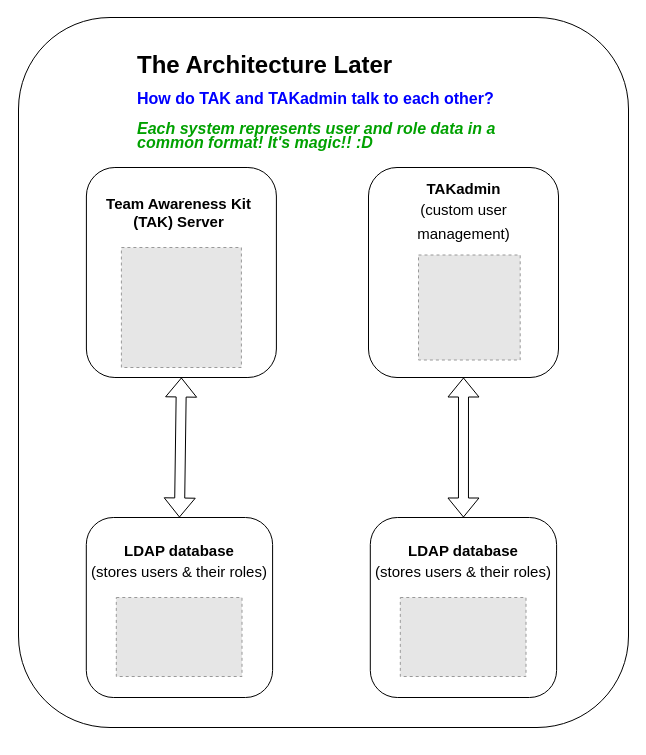
This is TAK-architecture-overview-ASCUE.drawio from haasr/ia-diagrams, a draw.io file, before an edit. Source tidied: cells renumbered, new cells numbered last; positions are measured from the earlier drawing's top-left corner, leaving out a move shared by most shapes. Both pictures are drawn from the tidied source at 100%, with x=0, y=0 at pixel (18, 17). Pictures stored in the file or linked from it are replaced by grey dashed boxes.
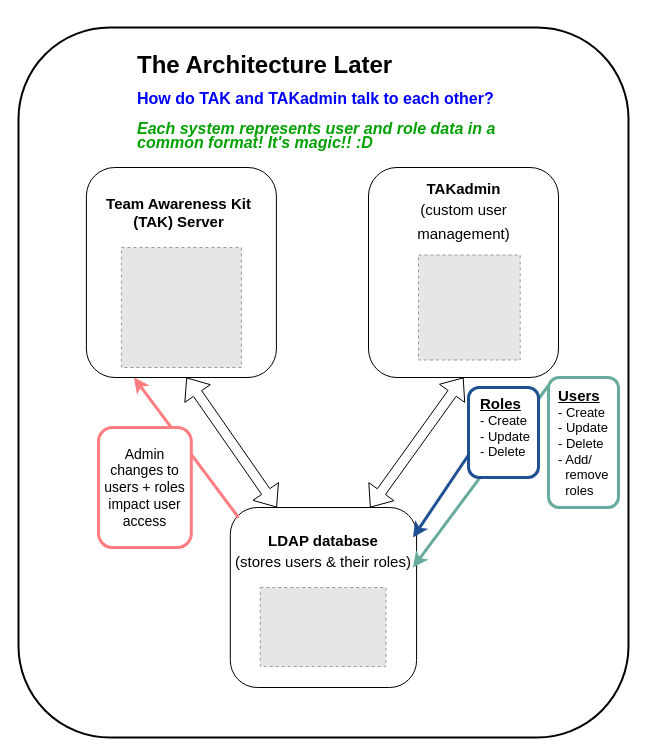
The same diagram, later.

Unchanged cells that the change refers to:
```xml
<mxCell id="3" style="rounded=1;whiteSpace=wrap;html=1;" parent="1" vertex="1">
  <mxGeometry x="67.9" y="150" width="190" height="210" as="geometry" />
</mxCell>
<mxCell id="6" style="rounded=1;whiteSpace=wrap;html=1;" parent="1" vertex="1">
  <mxGeometry x="350" y="150" width="190" height="210" as="geometry" />
</mxCell>
```

Change to the diagram source:
```diff
@@
-    <mxCell id="2" style="rounded=1;whiteSpace=wrap;html=1;" parent="1" vertex="1">
-      <mxGeometry width="610" height="710" as="geometry" />
+    <mxCell id="2" style="rounded=1;whiteSpace=wrap;html=1;strokeWidth=2;" parent="1" vertex="1">
+      <mxGeometry y="10" width="610" height="710" as="geometry" />
     </mxCell>
@@
     <mxCell id="9" style="rounded=1;whiteSpace=wrap;html=1;" parent="1" vertex="1">
-      <mxGeometry x="67.8" y="500" width="186.3" height="180" as="geometry" />
+      <mxGeometry x="211.8" y="490" width="186.3" height="180" as="geometry" />
     </mxCell>
     <mxCell id="10" style="fillColor=#E6E6E6;strokeColor=#999999;dashed=1;verticalLabelPosition=bottom;labelBackgroundColor=default;verticalAlign=top;" parent="1" vertex="1">
-      <mxGeometry x="97.8" y="580" width="125.7" height="79" as="geometry" />
+      <mxGeometry x="241.8" y="570" width="125.7" height="79" as="geometry" />
     </mxCell>
     <mxCell id="11" value="&lt;font style=&quot;font-size: 15px;&quot;&gt;&lt;b&gt;LDAP database&lt;/b&gt;&lt;/font&gt;&lt;div style=&quot;font-size: 15px; line-height: 160%;&quot;&gt;(stores users &amp;amp; their roles)&lt;/div&gt;" style="text;html=1;align=center;verticalAlign=middle;whiteSpace=wrap;rounded=0;" parent="1" vertex="1">
-      <mxGeometry x="70.8" y="530" width="179.7" height="30" as="geometry" />
+      <mxGeometry x="214.8" y="520" width="179.7" height="30" as="geometry" />
     </mxCell>
-    <mxCell id="12" style="rounded=1;whiteSpace=wrap;html=1;" parent="1" vertex="1">
-      <mxGeometry x="351.8" y="500" width="186.3" height="180" as="geometry" />
-    </mxCell>
-    <mxCell id="13" style="fillColor=#E6E6E6;strokeColor=#999999;dashed=1;verticalLabelPosition=bottom;labelBackgroundColor=default;verticalAlign=top;" parent="1" vertex="1">
-      <mxGeometry x="381.8" y="580" width="125.7" height="79" as="geometry" />
-    </mxCell>
-    <mxCell id="14" value="&lt;font style=&quot;font-size: 15px;&quot;&gt;&lt;b&gt;LDAP database&lt;/b&gt;&lt;/font&gt;&lt;div style=&quot;font-size: 15px; line-height: 160%;&quot;&gt;(stores users &amp;amp; their roles)&lt;/div&gt;" style="text;html=1;align=center;verticalAlign=middle;whiteSpace=wrap;rounded=0;" parent="1" vertex="1">
-      <mxGeometry x="354.8" y="530" width="179.7" height="30" as="geometry" />
-    </mxCell>
-    <mxCell id="15" style="shape=flexArrow;endArrow=classic;startArrow=classic;html=1;rounded=0;entryX=0.5;entryY=1;entryDx=0;entryDy=0;exitX=0.5;exitY=0;exitDx=0;exitDy=0;" parent="1" edge="1" source="9" target="3">
-      <mxGeometry relative="1" as="geometry" />
-    </mxCell>
-    <mxCell id="16" style="shape=flexArrow;endArrow=classic;startArrow=classic;html=1;rounded=0;exitX=0.5;exitY=0;exitDx=0;exitDy=0;entryX=0.5;entryY=1;entryDx=0;entryDy=0;" parent="1" edge="1" source="12" target="6">
-      <mxGeometry relative="1" as="geometry" />
-    </mxCell>
@@
+    <mxCell id="18" style="shape=flexArrow;endArrow=classic;startArrow=classic;html=1;rounded=0;exitX=0.25;exitY=0;exitDx=0;exitDy=0;" parent="1" edge="1" source="9">
+      <mxGeometry relative="1" as="geometry">
+        <mxPoint x="167.9" y="360" as="targetPoint" />
+      </mxGeometry>
+    </mxCell>
+    <mxCell id="19" style="shape=flexArrow;endArrow=classic;startArrow=classic;html=1;rounded=0;entryX=0.5;entryY=1;entryDx=0;entryDy=0;exitX=0.75;exitY=0;exitDx=0;exitDy=0;" parent="1" edge="1" source="9" target="6">
+      <mxGeometry relative="1" as="geometry" />
+    </mxCell>
+    <mxCell id="20" style="endArrow=classic;html=1;rounded=0;entryX=1;entryY=1;entryDx=0;entryDy=0;exitX=0;exitY=0.75;exitDx=0;exitDy=0;strokeColor=#67AB9F;strokeWidth=3;" parent="1" edge="1" target="11">
+      <mxGeometry relative="1" as="geometry">
+        <mxPoint x="530" y="368" as="sourcePoint" />
+      </mxGeometry>
+    </mxCell>
+    <mxCell id="21" style="rounded=1;whiteSpace=wrap;html=1;strokeColor=#1E5092;strokeWidth=3;" parent="1" vertex="1">
+      <mxGeometry x="450" y="370" width="70" height="90" as="geometry" />
+    </mxCell>
+    <mxCell id="22" value="&lt;b style=&quot;font-size: 15px;&quot;&gt;&lt;u style=&quot;&quot;&gt;&lt;font style=&quot;font-size: 15px;&quot;&gt;Roles&lt;/font&gt;&lt;/u&gt;&lt;/b&gt;&lt;div style=&quot;font-size: 13px;&quot;&gt;&lt;font style=&quot;font-size: 13px;&quot;&gt;- Create&lt;/font&gt;&lt;/div&gt;&lt;div style=&quot;font-size: 13px;&quot;&gt;&lt;font style=&quot;font-size: 13px;&quot;&gt;- Update&lt;/font&gt;&lt;/div&gt;&lt;div style=&quot;font-size: 13px;&quot;&gt;&lt;font style=&quot;font-size: 13px;&quot;&gt;- Delete&lt;/font&gt;&lt;/div&gt;" style="text;html=1;align=left;verticalAlign=middle;whiteSpace=wrap;rounded=0;" parent="1" vertex="1">
+      <mxGeometry x="460" y="370" width="60" height="80" as="geometry" />
+    </mxCell>
+    <mxCell id="23" style="rounded=1;whiteSpace=wrap;html=1;strokeColor=#67AB9F;strokeWidth=3;" parent="1" vertex="1">
+      <mxGeometry x="530" y="360" width="70" height="130" as="geometry" />
+    </mxCell>
+    <mxCell id="24" value="&lt;b style=&quot;font-size: 15px;&quot;&gt;&lt;u style=&quot;&quot;&gt;&lt;font style=&quot;font-size: 15px;&quot;&gt;Users&lt;/font&gt;&lt;/u&gt;&lt;/b&gt;&lt;div style=&quot;font-size: 13px;&quot;&gt;&lt;font style=&quot;font-size: 13px;&quot;&gt;- Create&lt;/font&gt;&lt;/div&gt;&lt;div style=&quot;font-size: 13px;&quot;&gt;&lt;font style=&quot;font-size: 13px;&quot;&gt;- Update&lt;/font&gt;&lt;/div&gt;&lt;div style=&quot;font-size: 13px;&quot;&gt;&lt;font style=&quot;font-size: 13px;&quot;&gt;- Delete&lt;/font&gt;&lt;/div&gt;&lt;div style=&quot;font-size: 13px;&quot;&gt;&lt;font style=&quot;font-size: 13px;&quot;&gt;- Add/&lt;/font&gt;&lt;/div&gt;&lt;div style=&quot;font-size: 13px;&quot;&gt;&lt;font style=&quot;font-size: 13px;&quot;&gt;&amp;nbsp; remove&lt;/font&gt;&lt;/div&gt;&lt;div style=&quot;font-size: 13px;&quot;&gt;&lt;font style=&quot;font-size: 13px;&quot;&gt;&amp;nbsp; roles&lt;/font&gt;&lt;/div&gt;" style="text;html=1;align=left;verticalAlign=middle;whiteSpace=wrap;rounded=0;" parent="1" vertex="1">
+      <mxGeometry x="537.5" y="370" width="72.5" height="110" as="geometry" />
+    </mxCell>
+    <mxCell id="25" style="endArrow=classic;html=1;rounded=0;entryX=1;entryY=0;entryDx=0;entryDy=0;exitX=0;exitY=0.75;exitDx=0;exitDy=0;strokeColor=#1E5092;strokeWidth=3;" parent="1" edge="1" source="21" target="11">
+      <mxGeometry relative="1" as="geometry" />
+    </mxCell>
+    <mxCell id="26" style="endArrow=classic;html=1;rounded=0;entryX=0.25;entryY=1;entryDx=0;entryDy=0;strokeColor=#FF7C80;strokeWidth=3;" parent="1" edge="1" target="3">
+      <mxGeometry relative="1" as="geometry">
+        <mxPoint x="220" y="500" as="sourcePoint" />
+      </mxGeometry>
+    </mxCell>
+    <mxCell id="27" value="&lt;font style=&quot;font-size: 14px;&quot;&gt;Admin changes to users + roles impact user access&lt;/font&gt;" style="rounded=1;whiteSpace=wrap;html=1;strokeColor=#FF7C80;strokeWidth=3;" parent="1" vertex="1">
+      <mxGeometry x="80" y="410" width="92.8" height="120" as="geometry" />
+    </mxCell>
```
